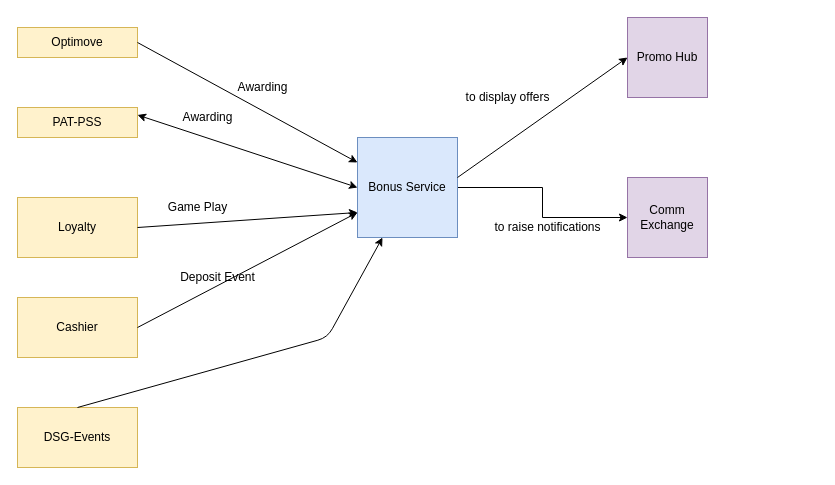
pradeepMp/myAdd keeps this draw.io diagram as Untitled Diagram.drawio. Above is the earlier version. Source tidied: cells renumbered, new cells numbered last; positions are measured from the earlier drawing's top-left corner, leaving out a move shared by most shapes. Both pictures are drawn from the tidied source at 100%, with x=0, y=0 at pixel (17, 17).
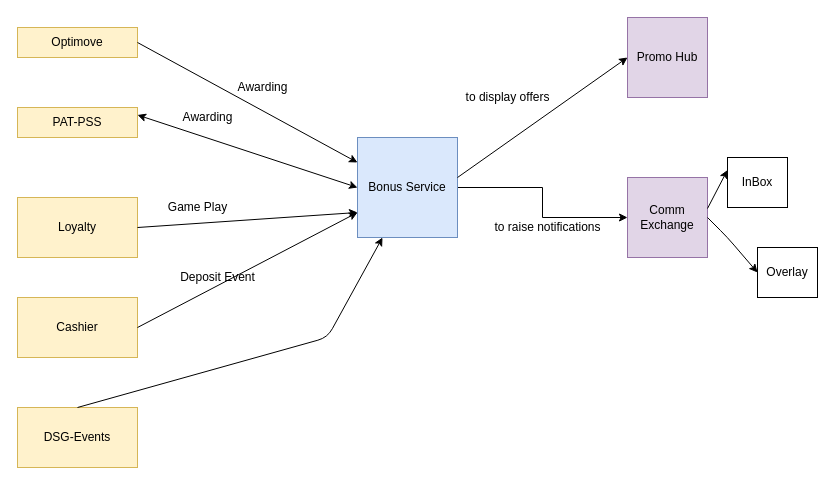
Above is the later version.

Commit message:
BONUS_Event_flow

Diff of the diagram source:
```diff
@@
+    <mxCell id="23" value="InBox" style="rounded=0;whiteSpace=wrap;html=1;direction=south;" parent="1" vertex="1">
+      <mxGeometry x="710" y="140" width="60" height="50" as="geometry" />
+    </mxCell>
+    <mxCell id="24" value="Overlay" style="rounded=0;whiteSpace=wrap;html=1;direction=south;" parent="1" vertex="1">
+      <mxGeometry x="740" y="230" width="60" height="50" as="geometry" />
+    </mxCell>
+    <mxCell id="25" style="endArrow=classic;html=1;entryX=0.25;entryY=1;entryDx=0;entryDy=0;" parent="1" edge="1" target="23">
+      <mxGeometry relative="1" as="geometry">
+        <mxPoint x="690" y="191" as="sourcePoint" />
+      </mxGeometry>
+    </mxCell>
+    <mxCell id="26" style="endArrow=classic;html=1;entryX=0.5;entryY=1;entryDx=0;entryDy=0;" parent="1" edge="1" target="24">
+      <mxGeometry relative="1" as="geometry">
+        <mxPoint x="690" y="200" as="sourcePoint" />
+        <Array as="points">
+          <mxPoint x="710" y="220" />
+        </Array>
+      </mxGeometry>
+    </mxCell>
```
